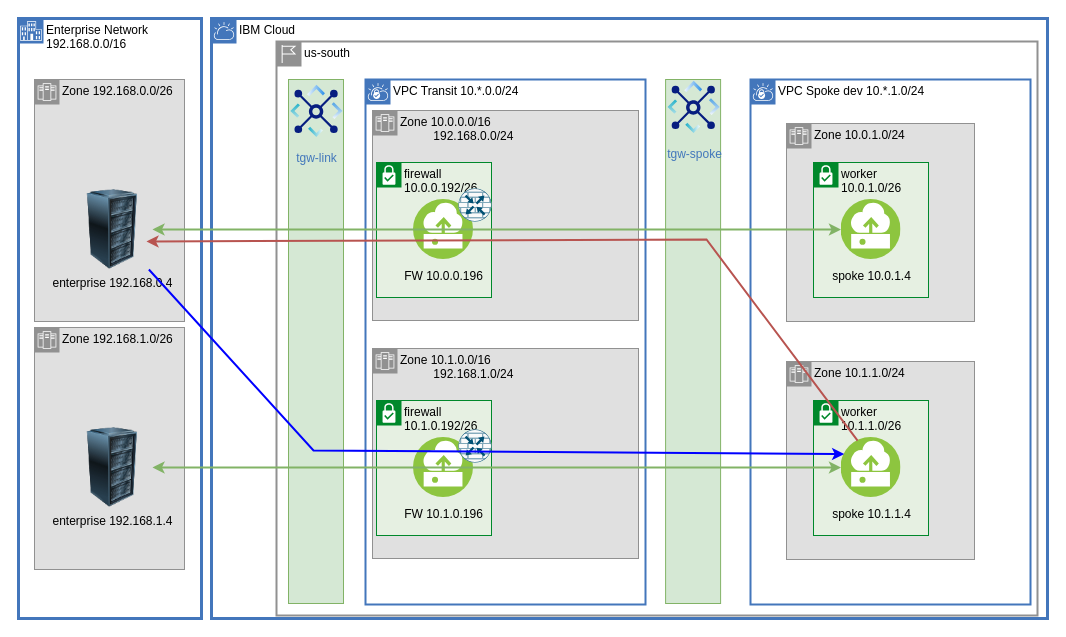
ibm-cloud-docs/solution-tutorials keeps this draw.io diagram as page "asymmetric" (5 of 12) of diagrams/vpc-transit.drawio. Above is the earlier version. Source tidied: cells renumbered, new cells numbered last; positions are measured from the earlier drawing's top-left corner, leaving out a move shared by most shapes. Both pictures are drawn from the tidied source at 100%, with x=0, y=0 at pixel (18, 18).
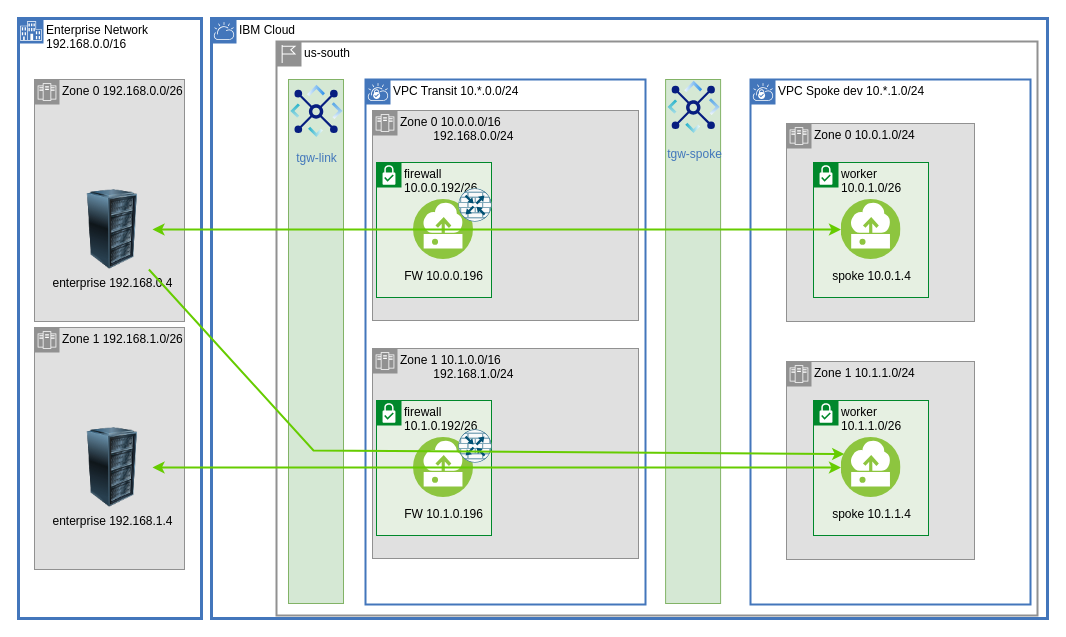
The same page after the edit.

The change refers to these unchanged cells:
```xml
<mxCell id="13" value="enterprise 192.168.0.4" style="image;html=1;image=img/lib/clip_art/computers/Server_Rack_128x128.png;noLabel=0;labelBackgroundColor=none;" parent="1" vertex="1">
  <mxGeometry x="54" y="171" width="80" height="80" as="geometry" />
</mxCell>
<mxCell id="14" value="spoke 10.0.1.4" style="perimeter=ellipsePerimeter;html=1;align=center;shadow=0;dashed=0;fontColor=black;fontSize=12;spacingTop=3;image;image=img/lib/ibm/vpc/Instance.svg;overflow=visible;noLabel=0;labelBackgroundColor=none;" parent="1" vertex="1">
  <mxGeometry x="822.5" y="181" width="60" height="60" as="geometry" />
</mxCell>
<mxCell id="19" value="spoke 10.1.1.4" style="perimeter=ellipsePerimeter;html=1;align=center;shadow=0;dashed=0;fontColor=black;fontSize=12;spacingTop=3;image;image=img/lib/ibm/vpc/Instance.svg;overflow=visible;noLabel=0;labelBackgroundColor=none;" parent="1" vertex="1">
  <mxGeometry x="822.5" y="419" width="60" height="60" as="geometry" />
</mxCell>
<mxCell id="22" value="enterprise 192.168.1.4" style="image;html=1;image=img/lib/clip_art/computers/Server_Rack_128x128.png;noLabel=0;labelBackgroundColor=none;" parent="1" vertex="1">
  <mxGeometry x="54" y="409" width="80" height="80" as="geometry" />
</mxCell>
```

Change to the diagram source:
```diff
@@
-    <mxCell id="5" value="Zone 10.1.0.0/16&lt;br&gt;&amp;nbsp; &amp;nbsp; &amp;nbsp; &amp;nbsp; &amp;nbsp; 192.168.1.0/24" style="shape=mxgraph.ibm.box;prType=zone;fontStyle=0;verticalAlign=top;align=left;spacingLeft=32;spacingTop=4;fillColor=#E0E0E0;rounded=0;whiteSpace=wrap;html=1;strokeColor=#919191;strokeWidth=1;dashed=0;spacing=-4;" parent="1" vertex="1">
+    <mxCell id="5" value="Zone 1 10.1.0.0/16&lt;br&gt;&amp;nbsp; &amp;nbsp; &amp;nbsp; &amp;nbsp; &amp;nbsp; 192.168.1.0/24" style="shape=mxgraph.ibm.box;prType=zone;fontStyle=0;verticalAlign=top;align=left;spacingLeft=32;spacingTop=4;fillColor=#E0E0E0;rounded=0;whiteSpace=wrap;html=1;strokeColor=#919191;strokeWidth=1;dashed=0;spacing=-4;" parent="1" vertex="1">
       <mxGeometry x="354" y="330" width="266" height="210" as="geometry" />
     </mxCell>
@@
-    <mxCell id="7" value="Zone 10.0.1.0/24" style="shape=mxgraph.ibm.box;prType=zone;fontStyle=0;verticalAlign=top;align=left;spacingLeft=32;spacingTop=4;fillColor=#E0E0E0;rounded=0;whiteSpace=wrap;html=1;strokeColor=#919191;strokeWidth=1;dashed=0;spacing=-4;" parent="1" vertex="1">
+    <mxCell id="7" value="Zone 0 10.0.1.0/24" style="shape=mxgraph.ibm.box;prType=zone;fontStyle=0;verticalAlign=top;align=left;spacingLeft=32;spacingTop=4;fillColor=#E0E0E0;rounded=0;whiteSpace=wrap;html=1;strokeColor=#919191;strokeWidth=1;dashed=0;spacing=-4;" parent="1" vertex="1">
       <mxGeometry x="768" y="105" width="188" height="198" as="geometry" />
     </mxCell>
-    <mxCell id="8" value="Zone 10.0.0.0/16&lt;br&gt;&amp;nbsp; &amp;nbsp; &amp;nbsp; &amp;nbsp; &amp;nbsp; 192.168.0.0/24" style="shape=mxgraph.ibm.box;prType=zone;fontStyle=0;verticalAlign=top;align=left;spacingLeft=32;spacingTop=4;fillColor=#E0E0E0;rounded=0;whiteSpace=wrap;html=1;strokeColor=#919191;strokeWidth=1;dashed=0;spacing=-4;" parent="1" vertex="1">
+    <mxCell id="8" value="Zone 0 10.0.0.0/16&lt;br&gt;&amp;nbsp; &amp;nbsp; &amp;nbsp; &amp;nbsp; &amp;nbsp; 192.168.0.0/24" style="shape=mxgraph.ibm.box;prType=zone;fontStyle=0;verticalAlign=top;align=left;spacingLeft=32;spacingTop=4;fillColor=#E0E0E0;rounded=0;whiteSpace=wrap;html=1;strokeColor=#919191;strokeWidth=1;dashed=0;spacing=-4;" parent="1" vertex="1">
       <mxGeometry x="354" y="92" width="266" height="210" as="geometry" />
     </mxCell>
@@
-    <mxCell id="11" value="Zone 192.168.0.0/26" style="shape=mxgraph.ibm.box;prType=zone;fontStyle=0;verticalAlign=top;align=left;spacingLeft=32;spacingTop=4;fillColor=#E0E0E0;rounded=0;whiteSpace=wrap;html=1;strokeColor=#919191;strokeWidth=1;dashed=0;spacing=-4;" parent="1" vertex="1">
+    <mxCell id="11" value="Zone 0 192.168.0.0/26" style="shape=mxgraph.ibm.box;prType=zone;fontStyle=0;verticalAlign=top;align=left;spacingLeft=32;spacingTop=4;fillColor=#E0E0E0;rounded=0;whiteSpace=wrap;html=1;strokeColor=#919191;strokeWidth=1;dashed=0;spacing=-4;" parent="1" vertex="1">
       <mxGeometry x="16" y="61" width="150" height="242" as="geometry" />
     </mxCell>
@@
-    <mxCell id="16" value="Zone 10.1.1.0/24" style="shape=mxgraph.ibm.box;prType=zone;fontStyle=0;verticalAlign=top;align=left;spacingLeft=32;spacingTop=4;fillColor=#E0E0E0;rounded=0;whiteSpace=wrap;html=1;strokeColor=#919191;strokeWidth=1;dashed=0;spacing=-4;" parent="1" vertex="1">
+    <mxCell id="16" value="Zone 1 10.1.1.0/24" style="shape=mxgraph.ibm.box;prType=zone;fontStyle=0;verticalAlign=top;align=left;spacingLeft=32;spacingTop=4;fillColor=#E0E0E0;rounded=0;whiteSpace=wrap;html=1;strokeColor=#919191;strokeWidth=1;dashed=0;spacing=-4;" parent="1" vertex="1">
       <mxGeometry x="768" y="343" width="188" height="198" as="geometry" />
     </mxCell>
@@
-    <mxCell id="21" value="Zone 192.168.1.0/26" style="shape=mxgraph.ibm.box;prType=zone;fontStyle=0;verticalAlign=top;align=left;spacingLeft=32;spacingTop=4;fillColor=#E0E0E0;rounded=0;whiteSpace=wrap;html=1;strokeColor=#919191;strokeWidth=1;dashed=0;spacing=-4;" parent="1" vertex="1">
+    <mxCell id="21" value="Zone 1 192.168.1.0/26" style="shape=mxgraph.ibm.box;prType=zone;fontStyle=0;verticalAlign=top;align=left;spacingLeft=32;spacingTop=4;fillColor=#E0E0E0;rounded=0;whiteSpace=wrap;html=1;strokeColor=#919191;strokeWidth=1;dashed=0;spacing=-4;" parent="1" vertex="1">
       <mxGeometry x="16" y="309" width="150" height="242" as="geometry" />
     </mxCell>
@@
-    <mxCell id="29" parent="0" />
-    <mxCell id="30" parent="0" />
-    <mxCell id="31" style="rounded=0;jettySize=auto;html=1;startArrow=none;startFill=1;endArrow=classic;endFill=1;strokeColor=#0000FF;strokeWidth=2;entryX=0;entryY=0.25;entryDx=0;entryDy=0;" parent="30" edge="1" source="13" target="19">
-      <mxGeometry relative="1" as="geometry">
-        <Array as="points">
-          <mxPoint x="295" y="432" />
-        </Array>
-      </mxGeometry>
-    </mxCell>
-    <mxCell id="32" style="shape=connector;rounded=0;jettySize=auto;html=1;labelBackgroundColor=default;strokeColor=#b85450;strokeWidth=2;fontFamily=Helvetica;fontSize=11;fontColor=default;startArrow=none;startFill=1;endArrow=classic;endFill=1;fillColor=#f8cecc;exitX=0.25;exitY=0;exitDx=0;exitDy=0;entryX=0.925;entryY=0.65;entryDx=0;entryDy=0;entryPerimeter=0;" parent="30" edge="1" source="19" target="13">
-      <mxGeometry relative="1" as="geometry">
-        <Array as="points">
-          <mxPoint x="688" y="221" />
-        </Array>
-      </mxGeometry>
-    </mxCell>
-    <mxCell id="33" style="edgeStyle=orthogonalEdgeStyle;rounded=0;jettySize=auto;html=1;startArrow=classic;startFill=1;endArrow=classic;endFill=1;strokeColor=#82b366;strokeWidth=2;fillColor=#d5e8d4;" parent="30" edge="1" source="22" target="19">
+    <mxCell id="33" style="edgeStyle=orthogonalEdgeStyle;rounded=0;jettySize=auto;html=1;startArrow=classic;startFill=1;endArrow=classic;endFill=1;strokeColor=#66CC00;strokeWidth=2;fillColor=#d5e8d4;" parent="1" edge="1" source="22" target="19">
       <mxGeometry relative="1" as="geometry" />
     </mxCell>
-    <mxCell id="34" style="edgeStyle=orthogonalEdgeStyle;rounded=0;jettySize=auto;html=1;startArrow=classic;startFill=1;endArrow=classic;endFill=1;strokeColor=#82b366;strokeWidth=2;fillColor=#d5e8d4;entryX=0;entryY=0.5;entryDx=0;entryDy=0;" parent="30" edge="1" source="13" target="14">
+    <mxCell id="34" style="edgeStyle=orthogonalEdgeStyle;rounded=0;jettySize=auto;html=1;startArrow=classic;startFill=1;endArrow=classic;endFill=1;strokeColor=#66CC00;strokeWidth=2;fillColor=#d5e8d4;entryX=0;entryY=0.5;entryDx=0;entryDy=0;" parent="1" edge="1" source="13" target="14">
       <mxGeometry relative="1" as="geometry" />
     </mxCell>
+    <mxCell id="35" parent="0" />
+    <mxCell id="36" style="rounded=0;orthogonalLoop=1;jettySize=auto;html=1;startArrow=none;startFill=1;endArrow=classic;endFill=1;strokeColor=#66CC00;strokeWidth=2;entryX=0;entryY=0.25;entryDx=0;entryDy=0;" parent="35" edge="1">
+      <mxGeometry relative="1" as="geometry">
+        <mxPoint x="130.4" y="251" as="sourcePoint" />
+        <mxPoint x="825.7" y="435.6" as="targetPoint" />
+        <Array as="points">
+          <mxPoint x="295" y="432" />
+        </Array>
+      </mxGeometry>
+    </mxCell>
```
